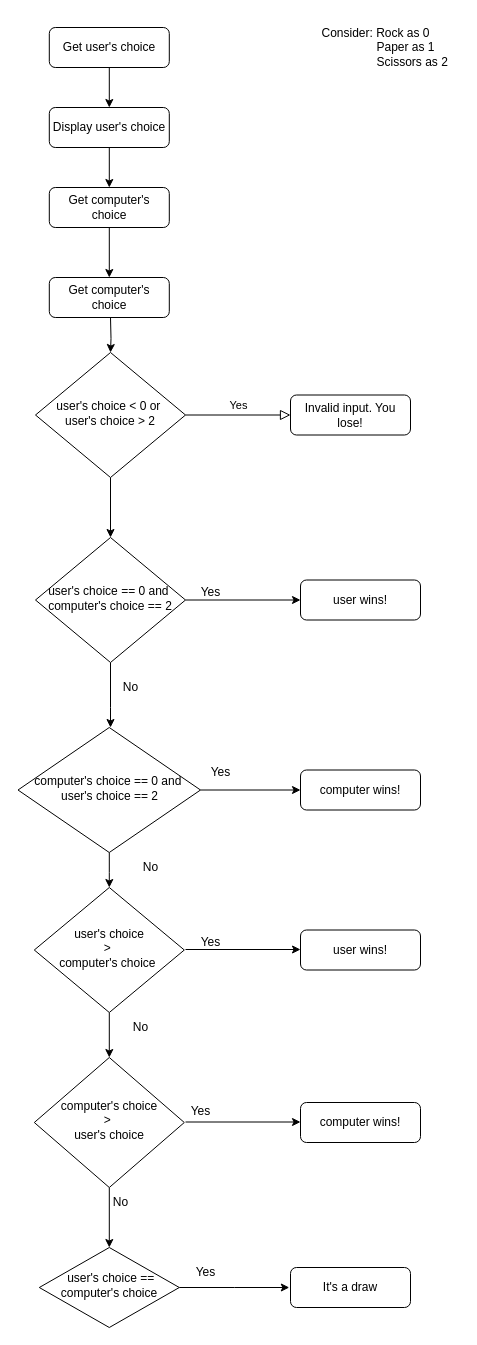
Above: Rock_Paper_Scissors.drawio in swaleha/FlowCharts (draw.io), before the change. Source tidied: cells renumbered, new cells numbered last; positions are measured from the earlier drawing's top-left corner, leaving out a move shared by most shapes. Both pictures are drawn from the tidied source at 100%, with x=0, y=0 at pixel (18, 17).
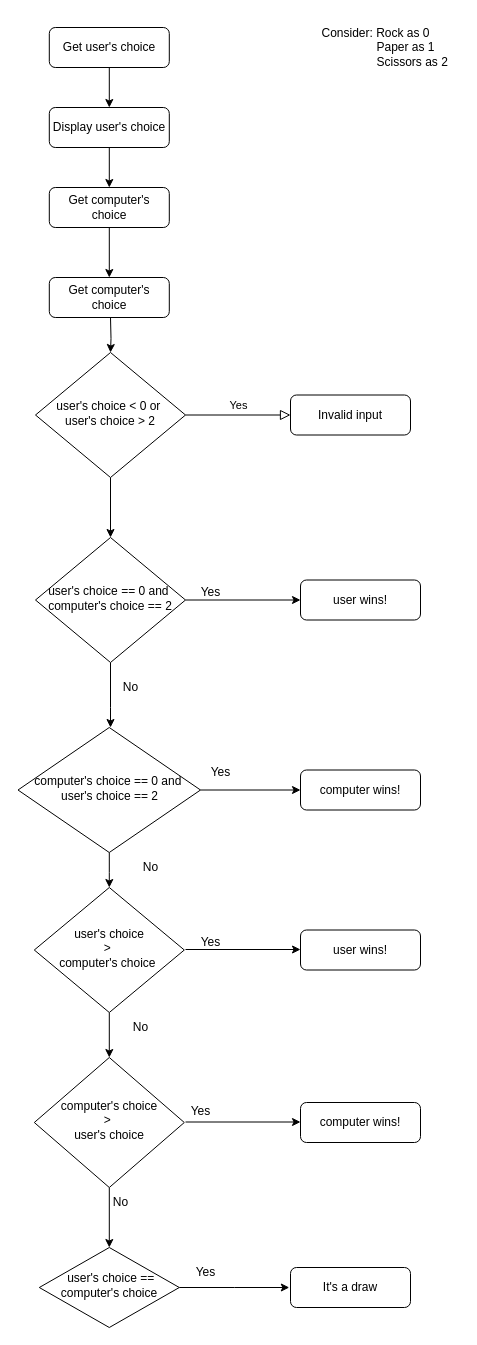
After the change.

What changed in the source:
```diff
@@
-    <mxCell id="9" value="Invalid input. You lose!" style="rounded=1;whiteSpace=wrap;html=1;fontSize=12;glass=0;strokeWidth=1;shadow=0;" parent="1" vertex="1">
+    <mxCell id="9" value="Invalid input" style="rounded=1;whiteSpace=wrap;html=1;fontSize=12;glass=0;strokeWidth=1;shadow=0;" parent="1" vertex="1">
       <mxGeometry x="272" y="377.5" width="120" height="40" as="geometry" />
     </mxCell>
```
